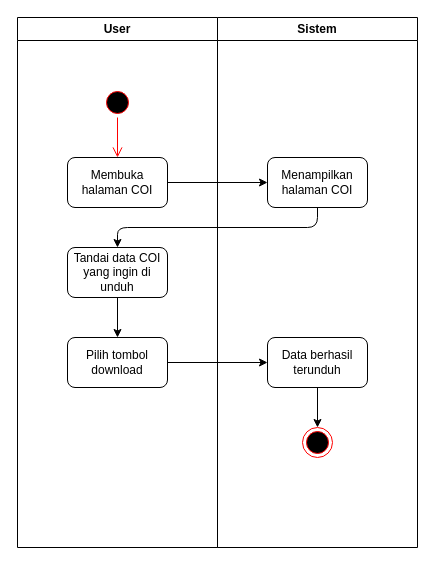
rismanrhz/idms keeps this draw.io diagram as COI/downloadCOI.drawio. Above is the earlier version. Source tidied: cells renumbered, new cells numbered last; positions are measured from the earlier drawing's top-left corner, leaving out a move shared by most shapes. Both pictures are drawn from the tidied source at 100%, with x=0, y=0 at pixel (17, 17).
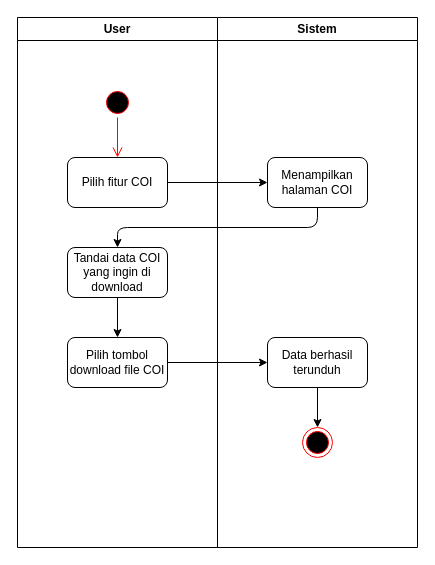
The same diagram, later.

What changed in the source:
```diff
@@
 <mxGraphModel>
   <root>
     <mxCell id="0" />
     <mxCell id="1" parent="0" />
     <mxCell id="2" value="User" style="swimlane;whiteSpace=wrap;html=1;startSize=23;" parent="1" vertex="1">
       <mxGeometry width="200" height="530" as="geometry" />
     </mxCell>
-    <mxCell id="3" value="Membuka halaman COI" style="rounded=1;whiteSpace=wrap;html=1;" parent="2" vertex="1">
+    <mxCell id="3" value="Pilih fitur COI" style="rounded=1;whiteSpace=wrap;html=1;" parent="2" vertex="1">
       <mxGeometry x="50" y="140" width="100" height="50" as="geometry" />
     </mxCell>
     <mxCell id="4" style="ellipse;html=1;shape=startState;fillColor=#000000;strokeColor=#ff0000;" parent="2" vertex="1">
       <mxGeometry x="85" y="70" width="30" height="30" as="geometry" />
     </mxCell>
     <mxCell id="5" style="edgeStyle=orthogonalEdgeStyle;html=1;verticalAlign=bottom;endArrow=open;endSize=8;strokeColor=#ff0000;entryX=0.5;entryY=0;entryDx=0;entryDy=0;" parent="2" edge="1" source="4" target="3">
       <mxGeometry relative="1" as="geometry" />
     </mxCell>
     <mxCell id="6" style="edgeStyle=none;html=1;" parent="2" edge="1" source="7" target="8">
       <mxGeometry relative="1" as="geometry" />
     </mxCell>
-    <mxCell id="7" value="Tandai data COI yang ingin di unduh" style="rounded=1;whiteSpace=wrap;html=1;" parent="2" vertex="1">
+    <mxCell id="7" value="Tandai data COI yang ingin di download" style="rounded=1;whiteSpace=wrap;html=1;" parent="2" vertex="1">
       <mxGeometry x="50" y="230" width="100" height="50" as="geometry" />
     </mxCell>
-    <mxCell id="8" value="Pilih tombol download" style="rounded=1;whiteSpace=wrap;html=1;" parent="2" vertex="1">
+    <mxCell id="8" value="Pilih tombol download file COI" style="rounded=1;whiteSpace=wrap;html=1;" parent="2" vertex="1">
       <mxGeometry x="50" y="320" width="100" height="50" as="geometry" />
     </mxCell>
     <mxCell id="9" value="Sistem" style="swimlane;whiteSpace=wrap;html=1;startSize=23;" parent="1" vertex="1">
       <mxGeometry x="200" width="200" height="530" as="geometry" />
     </mxCell>
     <mxCell id="10" value="Menampilkan halaman COI" style="rounded=1;whiteSpace=wrap;html=1;" parent="9" vertex="1">
       <mxGeometry x="50" y="140" width="100" height="50" as="geometry" />
     </mxCell>
     <mxCell id="11" style="edgeStyle=none;html=1;" parent="9" edge="1" source="12" target="13">
       <mxGeometry relative="1" as="geometry" />
     </mxCell>
     <mxCell id="12" value="Data berhasil terunduh" style="rounded=1;whiteSpace=wrap;html=1;" parent="9" vertex="1">
       <mxGeometry x="50" y="320" width="100" height="50" as="geometry" />
     </mxCell>
     <mxCell id="13" style="ellipse;html=1;shape=endState;fillColor=#000000;strokeColor=#ff0000;" parent="9" vertex="1">
       <mxGeometry x="85" y="410" width="30" height="30" as="geometry" />
     </mxCell>
     <mxCell id="14" style="edgeStyle=none;html=1;" parent="1" edge="1" source="3" target="10">
       <mxGeometry relative="1" as="geometry" />
     </mxCell>
     <mxCell id="15" style="edgeStyle=none;html=1;exitX=0.5;exitY=1;exitDx=0;exitDy=0;" parent="1" edge="1" source="10" target="7">
       <mxGeometry relative="1" as="geometry">
         <Array as="points">
           <mxPoint x="300" y="210" />
           <mxPoint x="100" y="210" />
         </Array>
       </mxGeometry>
     </mxCell>
     <mxCell id="16" style="edgeStyle=none;html=1;" parent="1" edge="1" source="8" target="12">
       <mxGeometry relative="1" as="geometry" />
     </mxCell>
   </root>
 </mxGraphModel>
```
